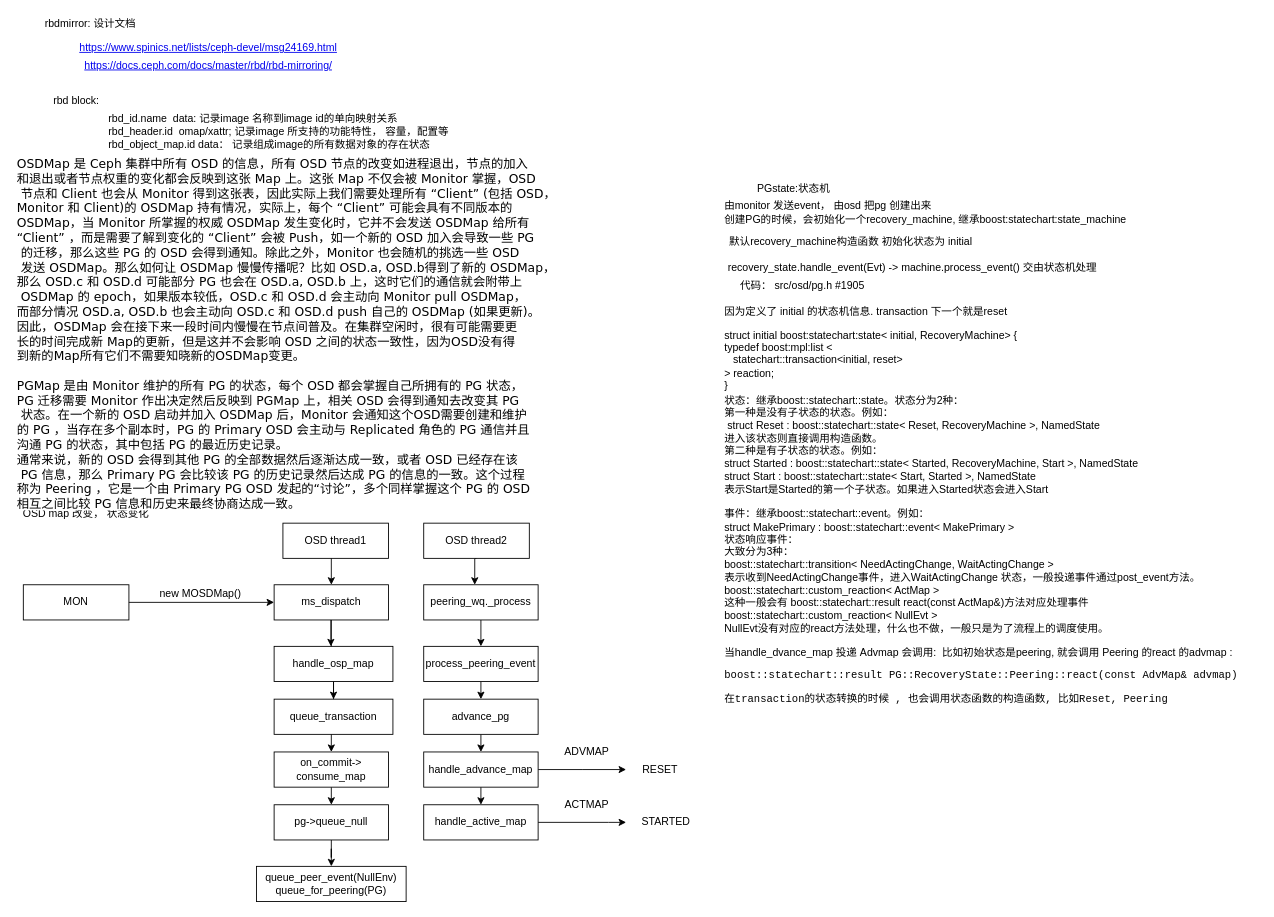
The draw.io diagram page "osd pg transaction" (4 of 5) of Untitled Diagram.drawio in ChenFanTony/ceph-diagrams, before the edit. Source tidied: cells renumbered, new cells numbered last; positions are measured from the earlier drawing's top-left corner, leaving out a move shared by most shapes. Both pictures are drawn from the tidied source at 88%, with x=0, y=0 at pixel (15, 15).
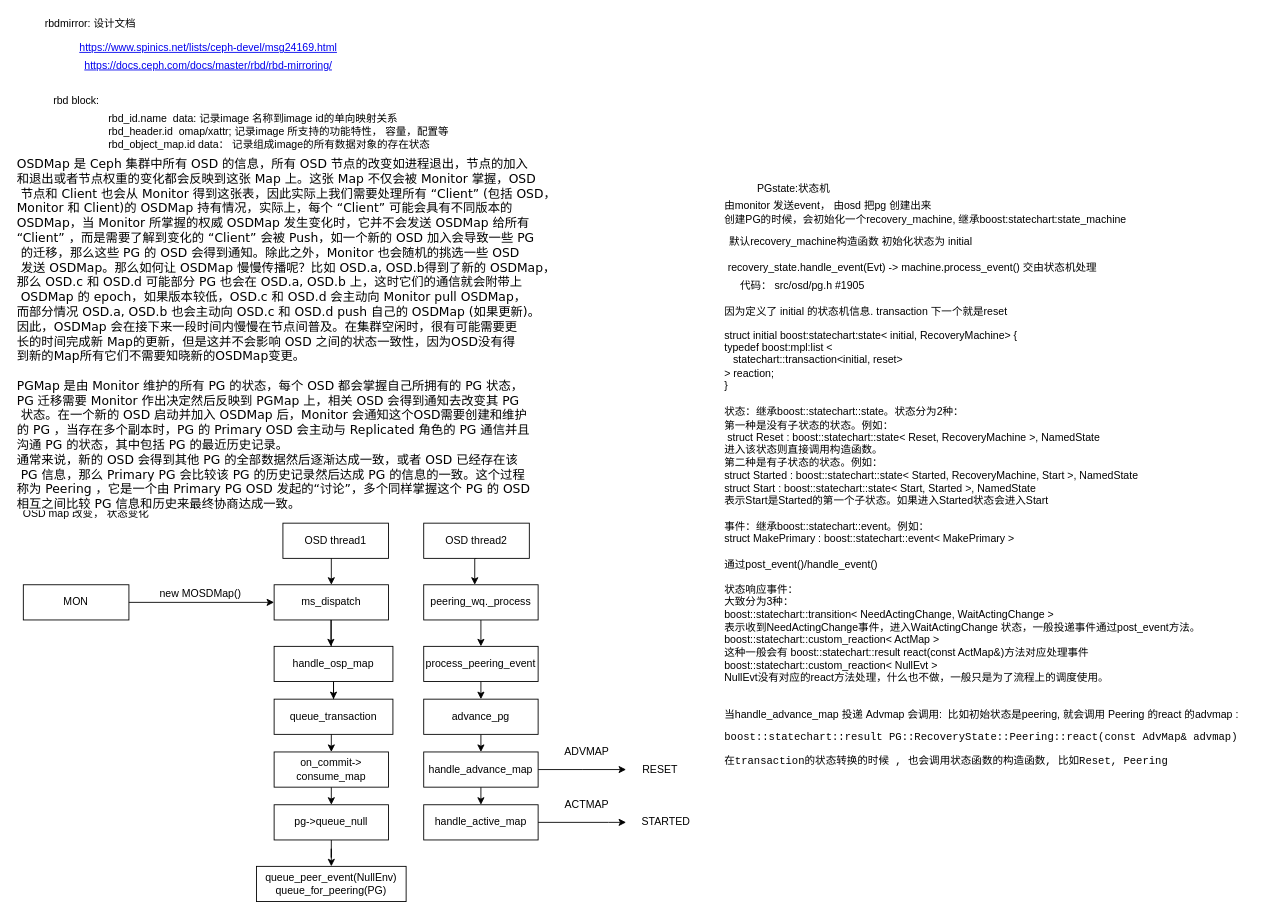
After the change.

What changed in the source:
```diff
@@
-    <mxCell id="45" value="&lt;div&gt;状态：继承boost::statechart::state。状态分为2种：&lt;/div&gt;&lt;div&gt;第一种是没有子状态的状态。例如：&lt;/div&gt;&lt;div&gt;&amp;nbsp;struct Reset : boost::statechart::state&amp;lt; Reset, RecoveryMachine &amp;gt;, NamedState&lt;/div&gt;&lt;div&gt;进入该状态则直接调用构造函数。&lt;/div&gt;&lt;div&gt;第二种是有子状态的状态。例如：&lt;/div&gt;&lt;div&gt;struct Started : boost::statechart::state&amp;lt; Started, RecoveryMachine, Start &amp;gt;, NamedState&lt;/div&gt;&lt;div&gt;struct Start : boost::statechart::state&amp;lt; Start, Started &amp;gt;, NamedState&lt;/div&gt;&lt;div&gt;表示Start是Started的第一个子状态。如果进入Started状态会进入Start&lt;/div&gt;&lt;div&gt;&lt;br&gt;&lt;div&gt;事件：继承boost::statechart::event。例如：&lt;/div&gt;&lt;div&gt;struct MakePrimary : boost::statechart::event&amp;lt; MakePrimary &amp;gt;&lt;/div&gt;&lt;div&gt;状态响应事件：&lt;/div&gt;&lt;div&gt;大致分为3种：&lt;/div&gt;&lt;div&gt;boost::statechart::transition&amp;lt; NeedActingChange, WaitActingChange &amp;gt;&lt;/div&gt;&lt;div&gt;表示收到NeedActingChange事件，进入WaitActingChange 状态，一般投递事件通过post_event方法。&lt;/div&gt;&lt;div&gt;boost::statechart::custom_reaction&amp;lt; ActMap &amp;gt;&lt;/div&gt;&lt;div&gt;这种一般会有 boost::statechart::result react(const ActMap&amp;amp;)方法对应处理事件&lt;/div&gt;&lt;div&gt;boost::statechart::custom_reaction&amp;lt; NullEvt &amp;gt;&lt;/div&gt;&lt;div&gt;NullEvt没有对应的react方法处理，什么也不做，一般只是为了流程上的调度使用。&lt;/div&gt;&lt;/div&gt;" style="text;html=1;align=left;verticalAlign=middle;" parent="1" vertex="1">
-      <mxGeometry x="804" y="432" width="560" height="270" as="geometry" />
+    <mxCell id="45" value="&lt;div&gt;状态：继承boost::statechart::state。状态分为2种：&lt;/div&gt;&lt;div&gt;第一种是没有子状态的状态。例如：&lt;/div&gt;&lt;div&gt;&amp;nbsp;struct Reset : boost::statechart::state&amp;lt; Reset, RecoveryMachine &amp;gt;, NamedState&lt;/div&gt;&lt;div&gt;进入该状态则直接调用构造函数。&lt;/div&gt;&lt;div&gt;第二种是有子状态的状态。例如：&lt;/div&gt;&lt;div&gt;struct Started : boost::statechart::state&amp;lt; Started, RecoveryMachine, Start &amp;gt;, NamedState&lt;/div&gt;&lt;div&gt;struct Start : boost::statechart::state&amp;lt; Start, Started &amp;gt;, NamedState&lt;/div&gt;&lt;div&gt;表示Start是Started的第一个子状态。如果进入Started状态会进入Start&lt;/div&gt;&lt;div&gt;&lt;br&gt;&lt;div&gt;事件：继承boost::statechart::event。例如：&lt;/div&gt;&lt;div&gt;struct MakePrimary : boost::statechart::event&amp;lt; MakePrimary &amp;gt;&lt;/div&gt;&lt;div&gt;&lt;br&gt;&lt;/div&gt;&lt;div&gt;通过post_event()/handle_event()&lt;/div&gt;&lt;div&gt;&lt;br&gt;&lt;/div&gt;&lt;div&gt;状态响应事件：&lt;/div&gt;&lt;div&gt;大致分为3种：&lt;/div&gt;&lt;div&gt;boost::statechart::transition&amp;lt; NeedActingChange, WaitActingChange &amp;gt;&lt;/div&gt;&lt;div&gt;表示收到NeedActingChange事件，进入WaitActingChange 状态，一般投递事件通过post_event方法。&lt;/div&gt;&lt;div&gt;boost::statechart::custom_reaction&amp;lt; ActMap &amp;gt;&lt;/div&gt;&lt;div&gt;这种一般会有 boost::statechart::result react(const ActMap&amp;amp;)方法对应处理事件&lt;/div&gt;&lt;div&gt;boost::statechart::custom_reaction&amp;lt; NullEvt &amp;gt;&lt;/div&gt;&lt;div&gt;NullEvt没有对应的react方法处理，什么也不做，一般只是为了流程上的调度使用。&lt;/div&gt;&lt;/div&gt;" style="text;html=1;align=left;verticalAlign=middle;" parent="1" vertex="1">
+      <mxGeometry x="804" y="447" width="560" height="310" as="geometry" />
     </mxCell>
-    <mxCell id="46" value="当handle_dvance_map 投递 Advmap 会调用:&amp;nbsp; 比如初始状态是peering, 就会调用 Peering 的react 的advmap :&lt;br&gt;&lt;pre&gt;&lt;span class=&quot;curline&quot;&gt;boost::statechart::result PG::RecoveryState::Peering::react(const AdvMap&amp;amp; advmap) &lt;/span&gt;&lt;/pre&gt;&lt;pre&gt;在transaction的状态转换的时候 , 也会调用状态函数的构造函数, 比如Reset, Peering&lt;/pre&gt;" style="text;html=1;align=left;verticalAlign=middle;" parent="1" vertex="1">
-      <mxGeometry x="804" y="717" width="610" height="80" as="geometry" />
+    <mxCell id="46" value="当handle_advance_map 投递 Advmap 会调用:&amp;nbsp; 比如初始状态是peering, 就会调用 Peering 的react 的advmap :&lt;br&gt;&lt;pre&gt;&lt;span class=&quot;curline&quot;&gt;boost::statechart::result PG::RecoveryState::Peering::react(const AdvMap&amp;amp; advmap) &lt;/span&gt;&lt;/pre&gt;&lt;pre&gt;在transaction的状态转换的时候 , 也会调用状态函数的构造函数, 比如Reset, Peering&lt;/pre&gt;" style="text;html=1;align=left;verticalAlign=middle;" parent="1" vertex="1">
+      <mxGeometry x="804" y="787" width="610" height="80" as="geometry" />
     </mxCell>
```
